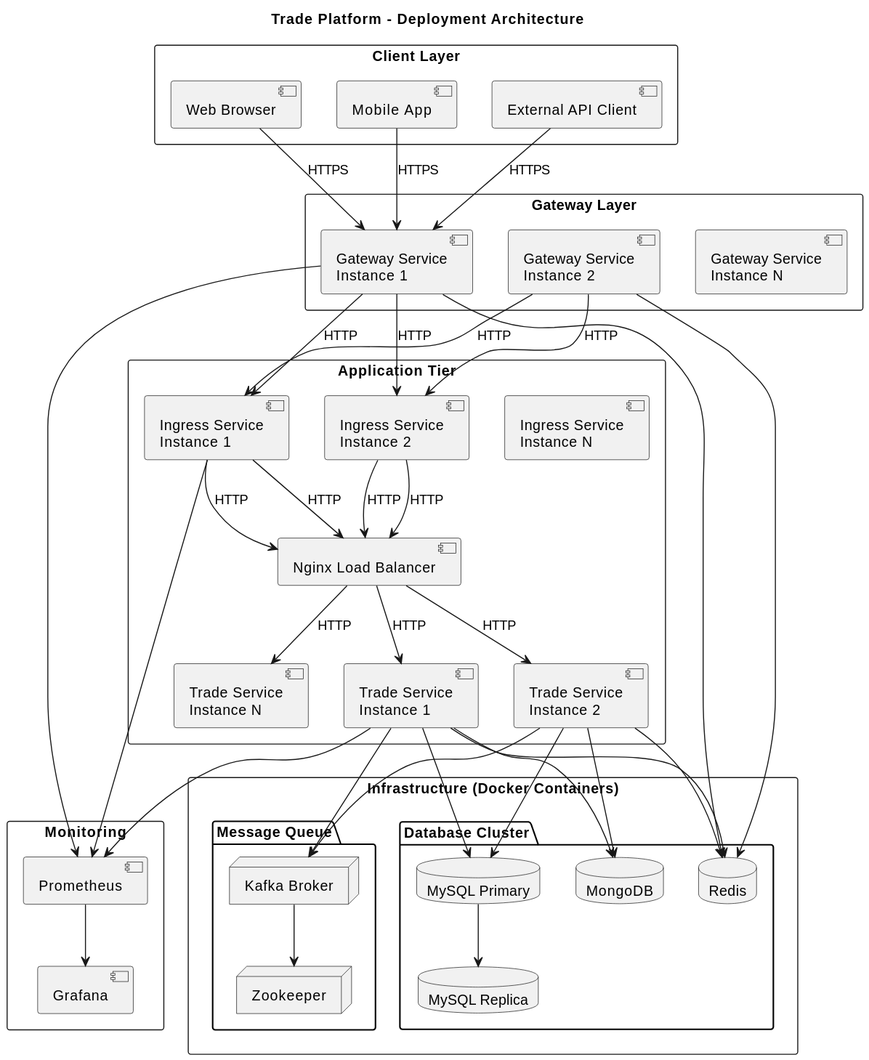
mukizonese/trade-platform keeps this PlantUML diagram as frontend/trade-ui/public/deployment.svg. Above is the earlier version.
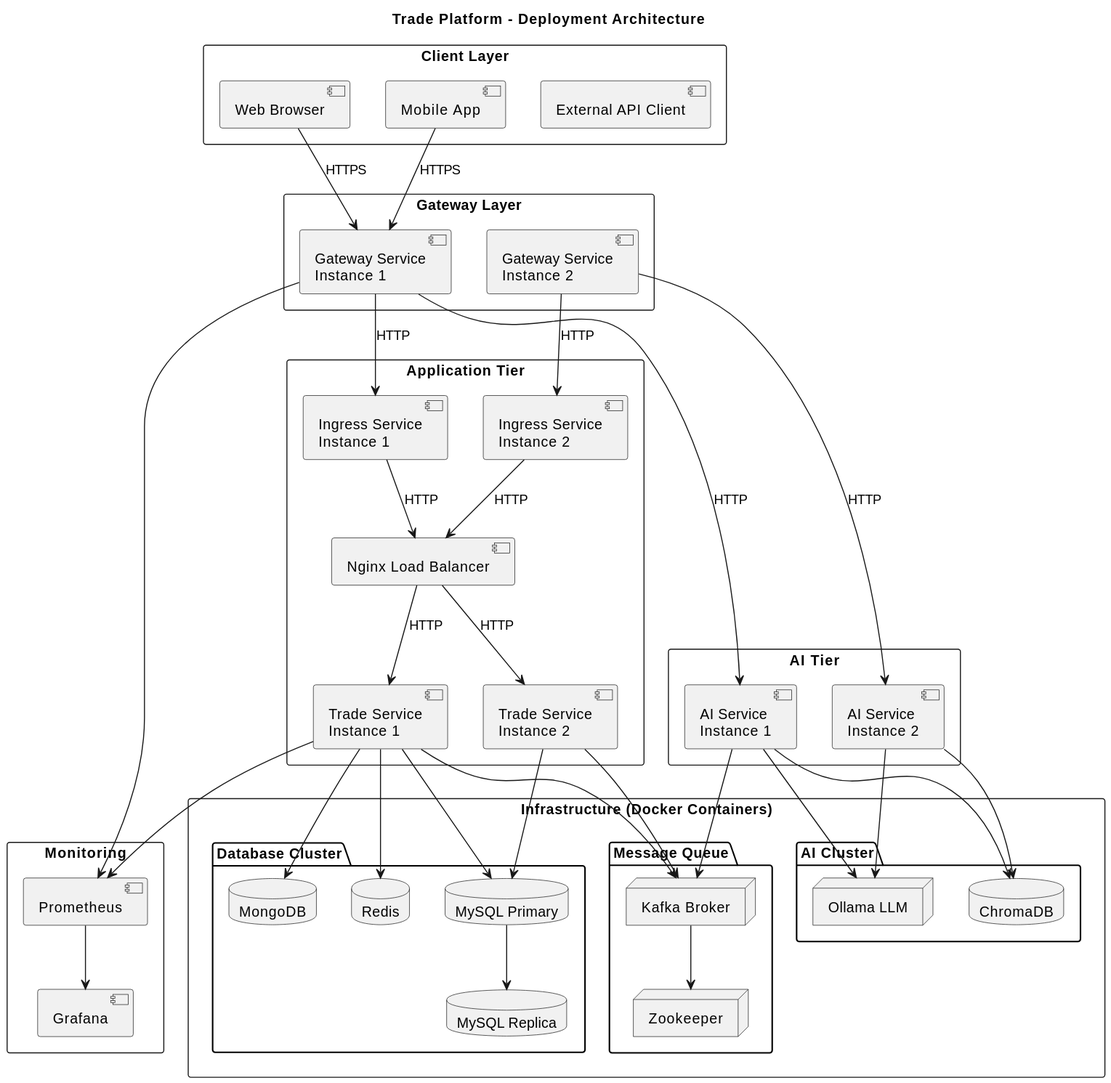
The same file after the commit.

What changed in the source:
```diff
@@ -10,19 +10,21 @@
 rectangle "Gateway Layer" {
   [Gateway Service\nInstance 1] as Gateway1
   [Gateway Service\nInstance 2] as Gateway2
-  [Gateway Service\nInstance N] as GatewayN
 }
 
 rectangle "Application Tier" {
   [Ingress Service\nInstance 1] as Ingress1
   [Ingress Service\nInstance 2] as Ingress2
-  [Ingress Service\nInstance N] as IngressN
 
   [Nginx Load Balancer] as Nginx
 
   [Trade Service\nInstance 1] as Trade1
   [Trade Service\nInstance 2] as Trade2
-  [Trade Service\nInstance N] as TradeN
+}
+
+rectangle "AI Tier" {
+  [AI Service\nInstance 1] as AI1
+  [AI Service\nInstance 2] as AI2
 }
 
 rectangle "Infrastructure (Docker Containers)" {
@@ -36,6 +38,11 @@
     node "Kafka Broker" as Kafka
     node "Zookeeper" as Zookeeper
   }
+
+  package "AI Cluster" {
+    database "ChromaDB" as ChromaDB
+    node "Ollama LLM" as Ollama
+  }
 }
 
 rectangle "Monitoring" {
@@ -45,21 +52,17 @@
 
 Browser --> Gateway1 : HTTPS
 Mobile --> Gateway1 : HTTPS
-APIClient --> Gateway1 : HTTPS
 
 Gateway1 --> Ingress1 : HTTP
-Gateway1 --> Ingress2 : HTTP
-Gateway2 --> Ingress1 : HTTP
+Gateway1 --> AI1 : HTTP
 Gateway2 --> Ingress2 : HTTP
+Gateway2 --> AI2 : HTTP
 
 Ingress1 --> Nginx : HTTP
-Ingress1 --> Nginx : HTTP
-Ingress2 --> Nginx : HTTP
 Ingress2 --> Nginx : HTTP
 
 Nginx --> Trade1 : HTTP
 Nginx --> Trade2 : HTTP
-Nginx --> TradeN : HTTP
 
 Trade1 --> MySQLPrimary
 Trade1 --> MongoDB
@@ -67,18 +70,19 @@
 Trade1 --> Kafka
 
 Trade2 --> MySQLPrimary
-Trade2 --> MongoDB
-Trade2 --> Redis
 Trade2 --> Kafka
 
-Gateway1 --> Redis
-Gateway2 --> Redis
+AI1 --> ChromaDB
+AI1 --> Ollama
+AI1 --> Kafka
+
+AI2 --> ChromaDB
+AI2 --> Ollama
 
 Kafka --> Zookeeper
 MySQLPrimary --> MySQLReplica
 
 Gateway1 --> Prometheus
-Ingress1 --> Prometheus
 Trade1 --> Prometheus
 Prometheus --> Grafana
 @enduml
```
